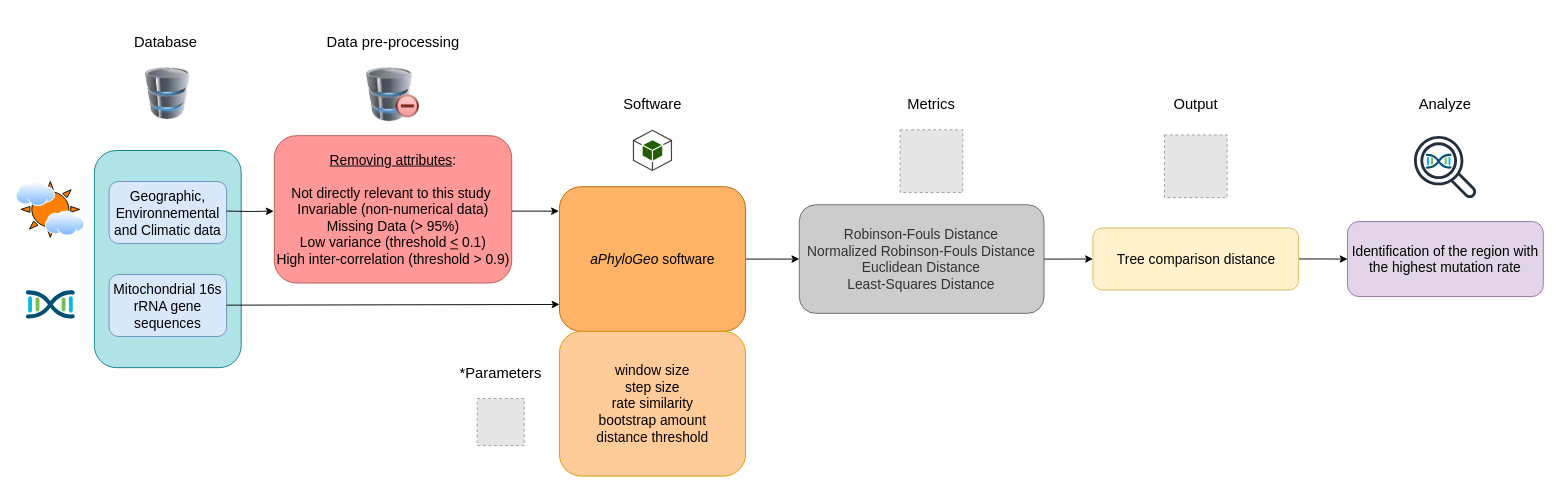
This is papers/Gagnon_Kebe_Tahiri/diagram.drawio from scipy-conference/scipy_proceedings, a draw.io file, before an edit. Source tidied: cells renumbered, new cells numbered last; positions are measured from the earlier drawing's top-left corner, leaving out a move shared by most shapes. Both pictures are drawn from the tidied source at 92%, with x=0, y=0 at pixel (16, 16). Pictures stored in the file or linked from it are replaced by grey dashed boxes.
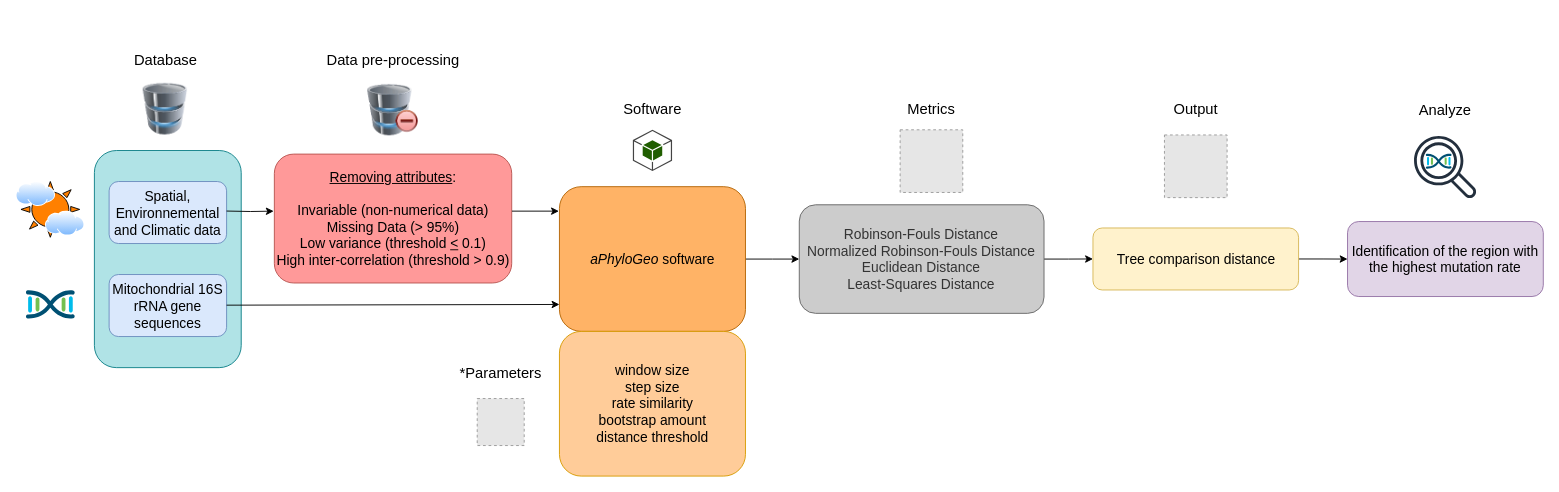
After the change.

Commit message:
Mettre à jour diagram.drawio

Unchanged cells that the change refers to:
```xml
<mxCell id="2" style="group;" parent="1" vertex="1">
  <mxGeometry width="1660" height="500" as="geometry" />
</mxCell>
```

The edit, as a diff of the source:
```diff
@@
-    <mxCell id="4" value="&lt;font style=&quot;font-size: 15px;&quot;&gt;Geographic, Environnemental and Climatic data&lt;/font&gt;" style="rounded=1;whiteSpace=wrap;html=1;fillColor=#dae8fc;strokeColor=#6c8ebf;" parent="2" vertex="1">
+    <mxCell id="4" value="&lt;font style=&quot;font-size: 15px;&quot;&gt;Spatial, Environnemental and Climatic data&lt;/font&gt;" style="rounded=1;whiteSpace=wrap;html=1;fillColor=#dae8fc;strokeColor=#6c8ebf;" parent="2" vertex="1">
       <mxGeometry x="101.1" y="179.8" width="127.7" height="67.4" as="geometry" />
     </mxCell>
-    <mxCell id="5" value="&lt;font style=&quot;font-size: 15px;&quot;&gt;Mitochondrial 16s rRNA gene sequences&lt;/font&gt;" style="rounded=1;whiteSpace=wrap;html=1;fillColor=#dae8fc;strokeColor=#6c8ebf;" parent="2" vertex="1">
+    <mxCell id="5" value="&lt;font style=&quot;font-size: 15px;&quot;&gt;Mitochondrial 16S rRNA gene sequences&lt;/font&gt;" style="rounded=1;whiteSpace=wrap;html=1;fillColor=#dae8fc;strokeColor=#6c8ebf;" parent="2" vertex="1">
       <mxGeometry x="101.1" y="280.9" width="127.7" height="67.4" as="geometry" />
     </mxCell>
-    <mxCell id="6" value="&lt;div style=&quot;font-size: 15px;&quot;&gt;&lt;span style=&quot;background-color: initial;&quot;&gt;&lt;font style=&quot;font-size: 15px;&quot;&gt;&lt;u style=&quot;&quot;&gt;Removing attributes&lt;/u&gt;:&lt;/font&gt;&lt;/span&gt;&lt;/div&gt;&lt;div style=&quot;font-size: 15px;&quot;&gt;&lt;span style=&quot;background-color: initial;&quot;&gt;&lt;font style=&quot;font-size: 15px;&quot;&gt;&lt;br&gt;&lt;/font&gt;&lt;/span&gt;&lt;/div&gt;&lt;div style=&quot;font-size: 15px;&quot;&gt;&lt;font style=&quot;font-size: 15px;&quot;&gt;&lt;span style=&quot;background-color: initial;&quot;&gt;Not directly relevant to this study&amp;nbsp;&lt;/span&gt;&lt;br&gt;&lt;span style=&quot;background-color: initial;&quot;&gt;Invariable (non-numerical data)&lt;/span&gt;&lt;br&gt;&lt;span style=&quot;background-color: initial;&quot;&gt;Missing Data (&amp;gt; 95%)&lt;/span&gt;&lt;br&gt;&lt;span style=&quot;background-color: initial;&quot;&gt;Low variance (threshold&amp;nbsp;&lt;/span&gt;&lt;u style=&quot;background-color: initial;&quot;&gt;&amp;lt;&lt;/u&gt;&lt;span style=&quot;background-color: initial;&quot;&gt; 0.1)&lt;/span&gt;&lt;br&gt;&lt;/font&gt;&lt;/div&gt;&lt;div style=&quot;font-size: 15px;&quot;&gt;&lt;span style=&quot;background-color: initial;&quot;&gt;&lt;font style=&quot;font-size: 15px;&quot;&gt;&lt;font style=&quot;font-size: 15px;&quot;&gt;High inter-correlation (threshold &amp;gt; 0.9&lt;/font&gt;&lt;font style=&quot;font-size: 15px;&quot;&gt;)&lt;/font&gt;&lt;/font&gt;&lt;/span&gt;&lt;/div&gt;" style="rounded=1;whiteSpace=wrap;html=1;fillColor=#FF9999;strokeColor=#b85450;align=center;" parent="2" vertex="1">
-      <mxGeometry x="280.7" y="130" width="258" height="160.1" as="geometry" />
+    <mxCell id="6" value="&lt;div style=&quot;font-size: 15px;&quot;&gt;&lt;span style=&quot;background-color: initial;&quot;&gt;&lt;font style=&quot;font-size: 15px;&quot;&gt;&lt;u style=&quot;&quot;&gt;Removing attributes&lt;/u&gt;:&lt;/font&gt;&lt;/span&gt;&lt;/div&gt;&lt;div style=&quot;font-size: 15px;&quot;&gt;&lt;span style=&quot;background-color: initial;&quot;&gt;&lt;font style=&quot;font-size: 15px;&quot;&gt;&lt;br&gt;&lt;/font&gt;&lt;/span&gt;&lt;/div&gt;&lt;div style=&quot;font-size: 15px;&quot;&gt;&lt;font style=&quot;font-size: 15px;&quot;&gt;&lt;span style=&quot;background-color: initial;&quot;&gt;Invariable (non-numerical data)&lt;/span&gt;&lt;br&gt;&lt;span style=&quot;background-color: initial;&quot;&gt;Missing Data (&amp;gt; 95%)&lt;/span&gt;&lt;br&gt;&lt;span style=&quot;background-color: initial;&quot;&gt;Low variance (threshold&amp;nbsp;&lt;/span&gt;&lt;u style=&quot;background-color: initial;&quot;&gt;&amp;lt;&lt;/u&gt;&lt;span style=&quot;background-color: initial;&quot;&gt; 0.1)&lt;/span&gt;&lt;br&gt;&lt;/font&gt;&lt;/div&gt;&lt;div style=&quot;font-size: 15px;&quot;&gt;&lt;span style=&quot;background-color: initial;&quot;&gt;&lt;font style=&quot;font-size: 15px;&quot;&gt;&lt;font style=&quot;font-size: 15px;&quot;&gt;High inter-correlation (threshold &amp;gt; 0.9&lt;/font&gt;&lt;font style=&quot;font-size: 15px;&quot;&gt;)&lt;/font&gt;&lt;/font&gt;&lt;/span&gt;&lt;/div&gt;" style="rounded=1;whiteSpace=wrap;html=1;fillColor=#FF9999;strokeColor=#b85450;align=center;" parent="2" vertex="1">
+      <mxGeometry x="280.7" y="150" width="258" height="140.1" as="geometry" />
     </mxCell>
@@
     <mxCell id="13" value="Database&amp;nbsp;" style="text;html=1;align=center;verticalAlign=middle;whiteSpace=wrap;rounded=0;fontSize=16;" parent="2" vertex="1">
-      <mxGeometry x="133" y="11.2" width="63.8" height="33.7" as="geometry" />
+      <mxGeometry x="133" y="31.5" width="63.8" height="33.7" as="geometry" />
     </mxCell>
     <mxCell id="14" value="Data pre-processing" style="text;html=1;align=center;verticalAlign=middle;whiteSpace=wrap;rounded=0;fontSize=16;" parent="2" vertex="1">
-      <mxGeometry x="329.9" width="159.6" height="56.2" as="geometry" />
+      <mxGeometry x="329.9" y="20.2" width="159.6" height="56.2" as="geometry" />
     </mxCell>
     <mxCell id="15" value="Output" style="text;html=1;align=center;verticalAlign=middle;whiteSpace=wrap;rounded=0;fontSize=16;" parent="2" vertex="1">
-      <mxGeometry x="1251.7" y="67.4" width="61.2" height="56.2" as="geometry" />
+      <mxGeometry x="1251.7" y="73" width="61.2" height="56.2" as="geometry" />
     </mxCell>
@@
     <mxCell id="17" style="image;html=1;image=img/lib/clip_art/computers/Database_Minus_128x128.png;" parent="2" vertex="1">
-      <mxGeometry x="378.6" y="56.2" width="62.2" height="58.4" as="geometry" />
+      <mxGeometry x="374.7" y="74.2" width="70" height="55.9" as="geometry" />
     </mxCell>
     <mxCell id="18" style="image;html=1;image=img/lib/clip_art/computers/Database_128x128.png;" parent="2" vertex="1">
-      <mxGeometry x="135.7" y="56.2" width="58.5" height="56.2" as="geometry" />
+      <mxGeometry x="133" y="73" width="58.5" height="56.2" as="geometry" />
     </mxCell>
@@
     <mxCell id="29" value="Software" style="text;html=1;align=center;verticalAlign=middle;whiteSpace=wrap;rounded=0;fontSize=16;" parent="2" vertex="1">
-      <mxGeometry x="611.9" y="67.4" width="159.6" height="56.2" as="geometry" />
+      <mxGeometry x="611.9" y="73" width="159.6" height="56.2" as="geometry" />
     </mxCell>
     <mxCell id="30" value="Metrics" style="text;html=1;align=center;verticalAlign=middle;whiteSpace=wrap;rounded=0;fontSize=16;" parent="2" vertex="1">
-      <mxGeometry x="915.1" y="67.4" width="159.6" height="56.2" as="geometry" />
+      <mxGeometry x="915.1" y="73" width="159.6" height="56.2" as="geometry" />
     </mxCell>
     <mxCell id="31" value="Analyze" style="text;html=1;align=center;verticalAlign=middle;whiteSpace=wrap;rounded=0;fontSize=16;" parent="2" vertex="1">
-      <mxGeometry x="1523" y="67.4" width="61.2" height="56.2" as="geometry" />
+      <mxGeometry x="1523" y="74" width="61.2" height="56.2" as="geometry" />
     </mxCell>
```
